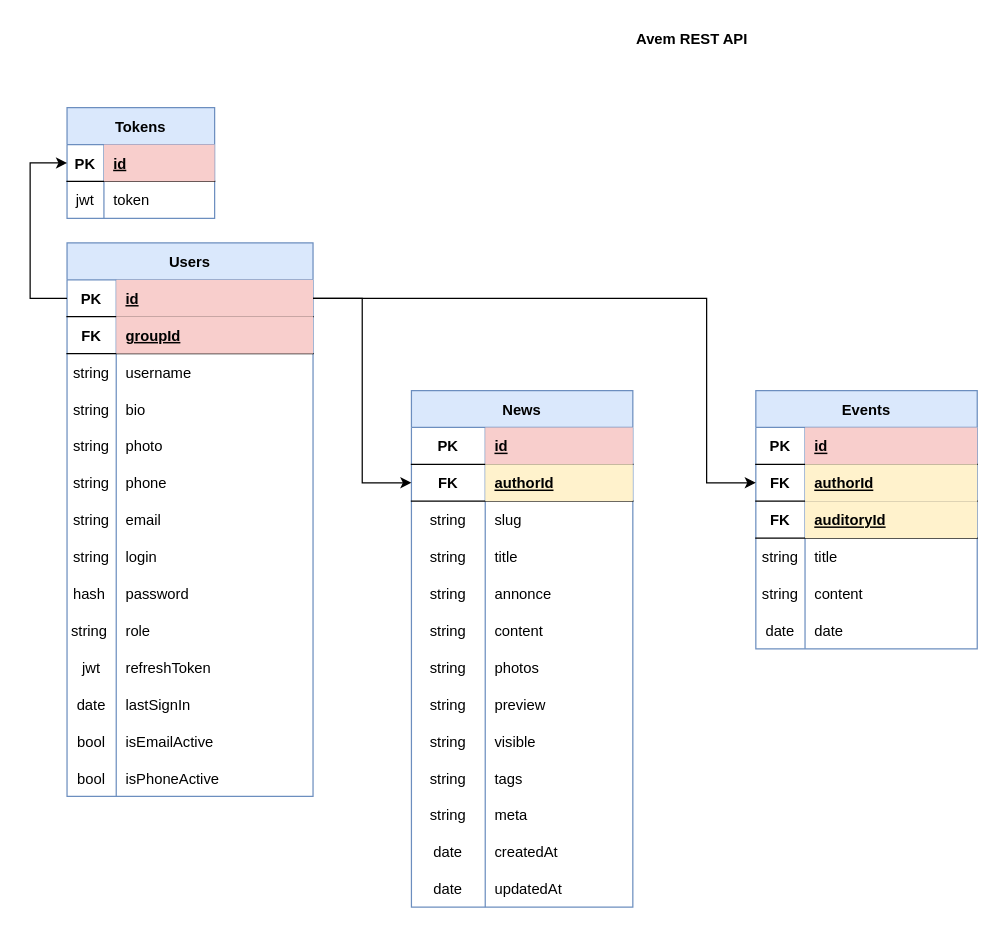
Earlier version of the draw.io diagram Untitled Diagram.drawio (BawNer/avem-server). Source tidied: cells renumbered, new cells numbered last; positions are measured from the earlier drawing's top-left corner, leaving out a move shared by most shapes. Both pictures are drawn from the tidied source at 123%, with x=0, y=0 at pixel (30, 21).
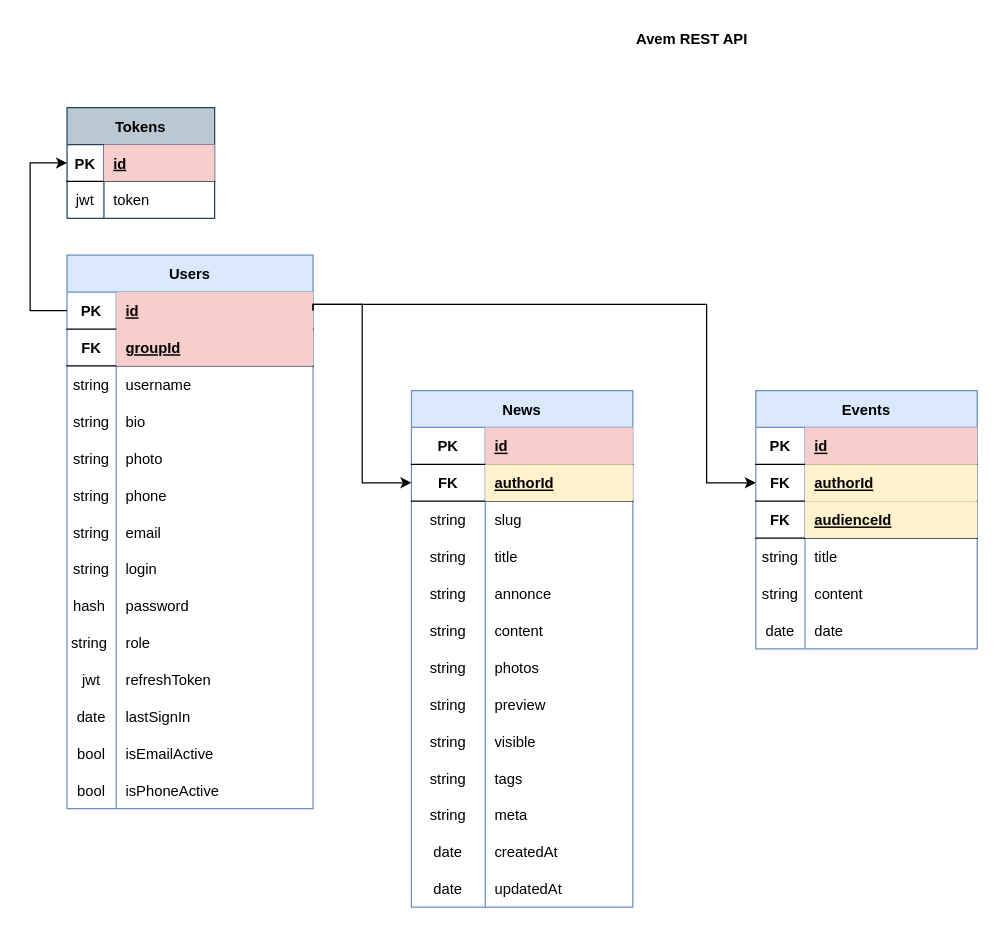
The same page after the edit.

The change refers to these unchanged cells:
```xml
<mxCell id="3" style="shape=tableRow;horizontal=0;startSize=0;swimlaneHead=0;swimlaneBody=0;fillColor=none;points=[[0,0.5],[1,0.5]];portConstraint=eastwest;top=0;left=0;right=0;bottom=1;" parent="2" vertex="1">
  <mxGeometry y="30" width="200" height="30" as="geometry" />
</mxCell>
<mxCell id="47" style="shape=tableRow;horizontal=0;startSize=0;swimlaneHead=0;swimlaneBody=0;fillColor=none;points=[[0,0.5],[1,0.5]];portConstraint=eastwest;top=0;left=0;right=0;bottom=1;sketch=0;" parent="46" vertex="1">
  <mxGeometry y="30" width="120" height="30" as="geometry" />
</mxCell>
<mxCell id="58" style="shape=tableRow;horizontal=0;startSize=0;swimlaneHead=0;swimlaneBody=0;fillColor=none;points=[[0,0.5],[1,0.5]];portConstraint=eastwest;top=0;left=0;right=0;bottom=1;sketch=0;" parent="54" vertex="1">
  <mxGeometry y="60" width="180" height="30" as="geometry" />
</mxCell>
<mxCell id="99" style="shape=tableRow;horizontal=0;startSize=0;swimlaneHead=0;swimlaneBody=0;fillColor=none;points=[[0,0.5],[1,0.5]];portConstraint=eastwest;top=0;left=0;right=0;bottom=1;sketch=0;" parent="95" vertex="1">
  <mxGeometry y="60" width="180" height="30" as="geometry" />
</mxCell>
<mxCell id="102" style="shape=tableRow;horizontal=0;startSize=0;swimlaneHead=0;swimlaneBody=0;fillColor=none;top=0;left=0;right=0;bottom=1;sketch=0;" parent="95" vertex="1">
  <mxGeometry y="90" width="180" height="30" as="geometry" />
</mxCell>
```

Change to the diagram source:
```diff
@@
-<mxGraphModel>
+<mxGraphModel background="#ffffff">
@@
     <mxCell id="2" value="Users" style="shape=table;startSize=30;childLayout=tableLayout;rowLines=0;fontStyle=1;align=center;verticalAlign=middle;fillColor=#dae8fc;strokeColor=#6c8ebf;" parent="1" vertex="1">
-      <mxGeometry x="30" y="180" width="200" height="450" as="geometry" />
+      <mxGeometry x="30" y="190" width="200" height="450" as="geometry" />
     </mxCell>
@@
-    <mxCell id="46" value="Tokens" style="shape=table;startSize=30;childLayout=tableLayout;rowLines=0;fontStyle=1;align=center;sketch=0;fillColor=#dae8fc;strokeColor=#6c8ebf;" parent="1" vertex="1">
+    <mxCell id="46" value="Tokens" style="shape=table;startSize=30;childLayout=tableLayout;rowLines=0;fontStyle=1;align=center;sketch=0;fillColor=#bac8d3;strokeColor=#23445d;" parent="1" vertex="1">
       <mxGeometry x="30" y="70" width="120" height="90" as="geometry" />
     </mxCell>
@@
     <mxCell id="53" style="edgeStyle=orthogonalEdgeStyle;rounded=0;jettySize=auto;html=1;entryX=0;entryY=0.5;entryDx=0;entryDy=0;exitX=0;exitY=0.5;exitDx=0;exitDy=0;" parent="1" edge="1" source="3" target="47">
       <mxGeometry relative="1" as="geometry">
         <Array as="points">
-          <mxPoint y="225" />
+          <mxPoint y="235" />
           <mxPoint y="115" />
         </Array>
       </mxGeometry>
     </mxCell>
@@
     <mxCell id="94" style="edgeStyle=orthogonalEdgeStyle;rounded=0;jettySize=auto;html=1;exitX=1;exitY=0.5;exitDx=0;exitDy=0;entryX=0;entryY=0.5;entryDx=0;entryDy=0;" parent="1" edge="1" source="3" target="58">
       <mxGeometry relative="1" as="geometry">
         <Array as="points">
-          <mxPoint x="270" y="225" />
+          <mxPoint x="230" y="230" />
+          <mxPoint x="270" y="230" />
           <mxPoint x="270" y="375" />
         </Array>
       </mxGeometry>
     </mxCell>
@@
-    <mxCell id="104" value="auditoryId" style="shape=partialRectangle;fillColor=#fff2cc;top=0;left=0;bottom=0;right=0;align=left;spacingLeft=6;fontStyle=5;overflow=hidden;sketch=0;strokeColor=#d6b656;" parent="102" vertex="1">
+    <mxCell id="104" value="audienceId" style="shape=partialRectangle;fillColor=#fff2cc;top=0;left=0;bottom=0;right=0;align=left;spacingLeft=6;fontStyle=5;overflow=hidden;sketch=0;strokeColor=#d6b656;" parent="102" vertex="1">
       <mxGeometry x="40" width="140" height="30" as="geometry" />
     </mxCell>
@@
     <mxCell id="114" style="edgeStyle=orthogonalEdgeStyle;rounded=0;jettySize=auto;html=1;exitX=1;exitY=0.5;exitDx=0;exitDy=0;entryX=0;entryY=0.5;entryDx=0;entryDy=0;" parent="1" edge="1" source="3" target="99">
       <mxGeometry relative="1" as="geometry">
         <Array as="points">
-          <mxPoint x="550" y="225" />
+          <mxPoint x="230" y="230" />
+          <mxPoint x="550" y="230" />
           <mxPoint x="550" y="375" />
         </Array>
       </mxGeometry>
     </mxCell>
```
